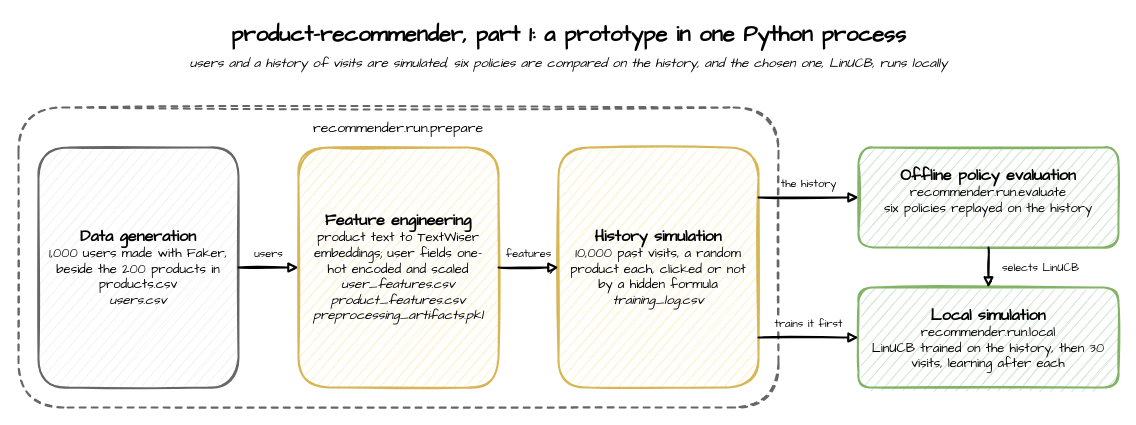
This is product-recommender/images/part-1.drawio from jaehyeon-kim/benchtop, a draw.io file, before an edit. Source tidied: cells renumbered, new cells numbered last; positions are measured from the earlier drawing's top-left corner, leaving out a move shared by most shapes. Both pictures are drawn from the tidied source at 100%, with x=0, y=0 at pixel (18, 17).
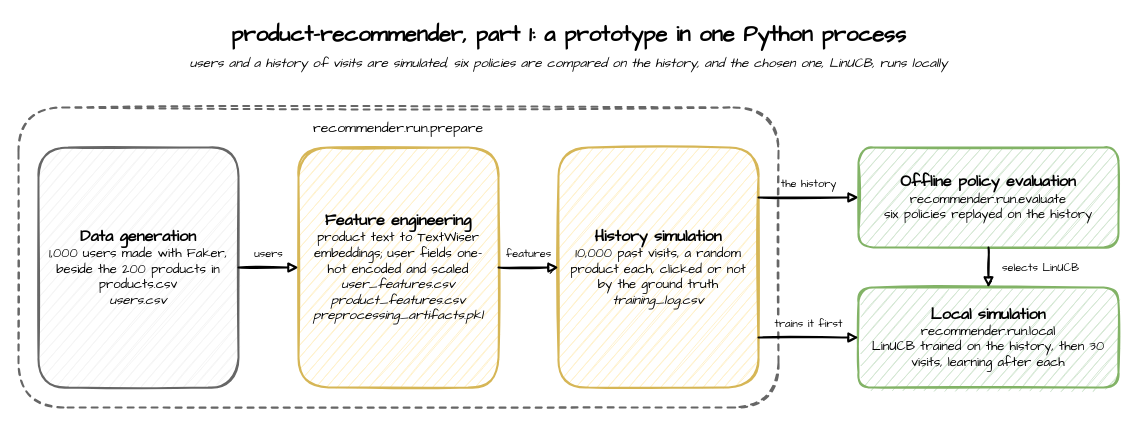
Above is the later version.

Commit message (it also covers changes not shown here):
product-recommender: Part 1 and Part 2, ground truth, centred diagram text

Change to the diagram source:
```diff
@@
 <mxGraphModel>
   <root>
     <mxCell id="0" />
     <mxCell id="1" parent="0" />
     <mxCell id="2" value="product-recommender, part 1: a prototype in one Python process" style="text;html=1;align=center;verticalAlign=middle;fontFamily=Comic Sans MS;fontSize=22;fontStyle=1;strokeColor=none;fillColor=none;" parent="1" vertex="1">
       <mxGeometry width="1100" height="36" as="geometry" />
     </mxCell>
     <mxCell id="3" value="users and a history of visits are simulated, six policies are compared on the history, and the chosen one, LinUCB, runs locally" style="text;html=1;align=center;verticalAlign=middle;fontFamily=Comic Sans MS;fontSize=13;fontStyle=2;strokeColor=none;fillColor=none;" parent="1" vertex="1">
       <mxGeometry y="34" width="1100" height="24" as="geometry" />
     </mxCell>
     <mxCell id="4" value="recommender.run.prepare" style="sketch=1;fontFamily=Comic Sans MS;strokeWidth=2;html=1;rounded=1;whiteSpace=wrap;fontSize=14;fillColor=none;strokeColor=#666666;dashed=1;verticalAlign=top;align=center;spacingTop=6;" parent="1" vertex="1">
       <mxGeometry y="90" width="760" height="300" as="geometry" />
     </mxCell>
     <mxCell id="5" value="&lt;font style=&quot;font-size: 16px;&quot;&gt;&lt;b&gt;Data generation&lt;/b&gt;&lt;/font&gt;&lt;br&gt;1,000 users made with Faker, beside the 200 products in products.csv&lt;br&gt;&lt;i&gt;users.csv&lt;/i&gt;" style="sketch=1;fontFamily=Comic Sans MS;strokeWidth=2;html=1;rounded=1;whiteSpace=wrap;fontSize=13;spacingLeft=8;spacingRight=8;verticalAlign=middle;fillColor=#f5f5f5;strokeColor=#666666;" parent="1" vertex="1">
       <mxGeometry x="20" y="130" width="200" height="240" as="geometry" />
     </mxCell>
     <mxCell id="6" value="&lt;font style=&quot;font-size: 16px;&quot;&gt;&lt;b&gt;Feature engineering&lt;/b&gt;&lt;/font&gt;&lt;br&gt;product text to TextWiser embeddings; user fields one-hot encoded and scaled&lt;br&gt;&lt;i&gt;user_features.csv&lt;br&gt;product_features.csv&lt;br&gt;preprocessing_artifacts.pkl&lt;/i&gt;" style="sketch=1;fontFamily=Comic Sans MS;strokeWidth=2;html=1;rounded=1;whiteSpace=wrap;fontSize=13;spacingLeft=8;spacingRight=8;verticalAlign=middle;fillColor=#fff2cc;strokeColor=#d6b656;" parent="1" vertex="1">
       <mxGeometry x="280" y="130" width="200" height="240" as="geometry" />
     </mxCell>
-    <mxCell id="7" value="&lt;font style=&quot;font-size: 16px;&quot;&gt;&lt;b&gt;History simulation&lt;/b&gt;&lt;/font&gt;&lt;br&gt;10,000 past visits, a random product each, clicked or not by a hidden formula&lt;br&gt;&lt;i&gt;training_log.csv&lt;/i&gt;" style="sketch=1;fontFamily=Comic Sans MS;strokeWidth=2;html=1;rounded=1;whiteSpace=wrap;fontSize=13;spacingLeft=8;spacingRight=8;verticalAlign=middle;fillColor=#fff2cc;strokeColor=#d6b656;" parent="1" vertex="1">
+    <mxCell id="7" value="&lt;font style=&quot;font-size: 16px;&quot;&gt;&lt;b&gt;History simulation&lt;/b&gt;&lt;/font&gt;&lt;br&gt;10,000 past visits, a random product each, clicked or not by the ground truth&lt;br&gt;&lt;i&gt;training_log.csv&lt;/i&gt;" style="sketch=1;fontFamily=Comic Sans MS;strokeWidth=2;html=1;rounded=1;whiteSpace=wrap;fontSize=13;spacingLeft=8;spacingRight=8;verticalAlign=middle;fillColor=#fff2cc;strokeColor=#d6b656;" parent="1" vertex="1">
       <mxGeometry x="540" y="130" width="200" height="240" as="geometry" />
     </mxCell>
-    <mxCell id="8" value="&lt;font style=&quot;font-size: 16px;&quot;&gt;&lt;b&gt;Offline policy evaluation&lt;/b&gt;&lt;/font&gt;&lt;br&gt;recommender.run.evaluate&lt;br&gt;six policies replayed on the history" style="sketch=1;fontFamily=Comic Sans MS;strokeWidth=2;html=1;rounded=1;whiteSpace=wrap;fontSize=13;spacingLeft=8;spacingRight=8;verticalAlign=top;spacingTop=12;fillColor=#d5e8d4;strokeColor=#82b366;" parent="1" vertex="1">
+    <mxCell id="8" value="&lt;font style=&quot;font-size: 16px;&quot;&gt;&lt;b&gt;Offline policy evaluation&lt;/b&gt;&lt;/font&gt;&lt;br&gt;recommender.run.evaluate&lt;br&gt;six policies replayed on the history" style="sketch=1;fontFamily=Comic Sans MS;strokeWidth=2;html=1;rounded=1;whiteSpace=wrap;fontSize=13;spacingLeft=8;spacingRight=8;verticalAlign=middle;fillColor=#d5e8d4;strokeColor=#82b366;" parent="1" vertex="1">
       <mxGeometry x="840" y="130" width="260" height="100" as="geometry" />
     </mxCell>
-    <mxCell id="9" value="&lt;font style=&quot;font-size: 16px;&quot;&gt;&lt;b&gt;Local simulation&lt;/b&gt;&lt;/font&gt;&lt;br&gt;recommender.run.local&lt;br&gt;LinUCB trained on the history, then 30 visits, learning after each" style="sketch=1;fontFamily=Comic Sans MS;strokeWidth=2;html=1;rounded=1;whiteSpace=wrap;fontSize=13;spacingLeft=8;spacingRight=8;verticalAlign=top;spacingTop=12;fillColor=#d5e8d4;strokeColor=#82b366;" parent="1" vertex="1">
+    <mxCell id="9" value="&lt;font style=&quot;font-size: 16px;&quot;&gt;&lt;b&gt;Local simulation&lt;/b&gt;&lt;/font&gt;&lt;br&gt;recommender.run.local&lt;br&gt;LinUCB trained on the history, then 30 visits, learning after each" style="sketch=1;fontFamily=Comic Sans MS;strokeWidth=2;html=1;rounded=1;whiteSpace=wrap;fontSize=13;spacingLeft=8;spacingRight=8;verticalAlign=middle;fillColor=#d5e8d4;strokeColor=#82b366;" parent="1" vertex="1">
       <mxGeometry x="840" y="270" width="260" height="100" as="geometry" />
     </mxCell>
     <mxCell id="10" value="users" style="sketch=1;fontFamily=Comic Sans MS;strokeWidth=2;html=1;edgeStyle=orthogonalEdgeStyle;rounded=0;endArrow=block;endFill=1;fontSize=11;labelBackgroundColor=#ffffff;exitX=1;exitY=0.5;entryX=0;entryY=0.5;" parent="1" edge="1" source="5" target="6">
       <mxGeometry relative="1" as="geometry">
         <mxPoint y="-14" as="offset" />
       </mxGeometry>
     </mxCell>
     <mxCell id="11" value="features" style="sketch=1;fontFamily=Comic Sans MS;strokeWidth=2;html=1;edgeStyle=orthogonalEdgeStyle;rounded=0;endArrow=block;endFill=1;fontSize=11;labelBackgroundColor=#ffffff;exitX=1;exitY=0.5;entryX=0;entryY=0.5;" parent="1" edge="1" source="6" target="7">
       <mxGeometry relative="1" as="geometry">
         <mxPoint y="-14" as="offset" />
       </mxGeometry>
     </mxCell>
     <mxCell id="12" value="the history" style="sketch=1;fontFamily=Comic Sans MS;strokeWidth=2;html=1;edgeStyle=orthogonalEdgeStyle;rounded=0;endArrow=block;endFill=1;fontSize=11;labelBackgroundColor=#ffffff;exitX=1;exitY=0.2083;entryX=0;entryY=0.5;" parent="1" edge="1" source="7" target="8">
       <mxGeometry relative="1" as="geometry">
         <mxPoint y="-14" as="offset" />
       </mxGeometry>
     </mxCell>
     <mxCell id="13" value="selects LinUCB" style="sketch=1;fontFamily=Comic Sans MS;strokeWidth=2;html=1;edgeStyle=orthogonalEdgeStyle;rounded=0;endArrow=block;endFill=1;fontSize=11;labelBackgroundColor=#ffffff;exitX=0.5;exitY=1;entryX=0.5;entryY=0;" parent="1" edge="1" source="8" target="9">
       <mxGeometry relative="1" as="geometry">
         <mxPoint x="52" as="offset" />
       </mxGeometry>
     </mxCell>
     <mxCell id="14" value="trains it first" style="sketch=1;fontFamily=Comic Sans MS;strokeWidth=2;html=1;edgeStyle=orthogonalEdgeStyle;rounded=0;endArrow=block;endFill=1;fontSize=11;labelBackgroundColor=#ffffff;exitX=1;exitY=0.7917;entryX=0;entryY=0.5;" parent="1" edge="1" source="7" target="9">
       <mxGeometry relative="1" as="geometry">
         <mxPoint y="-14" as="offset" />
       </mxGeometry>
     </mxCell>
   </root>
 </mxGraphModel>
```
